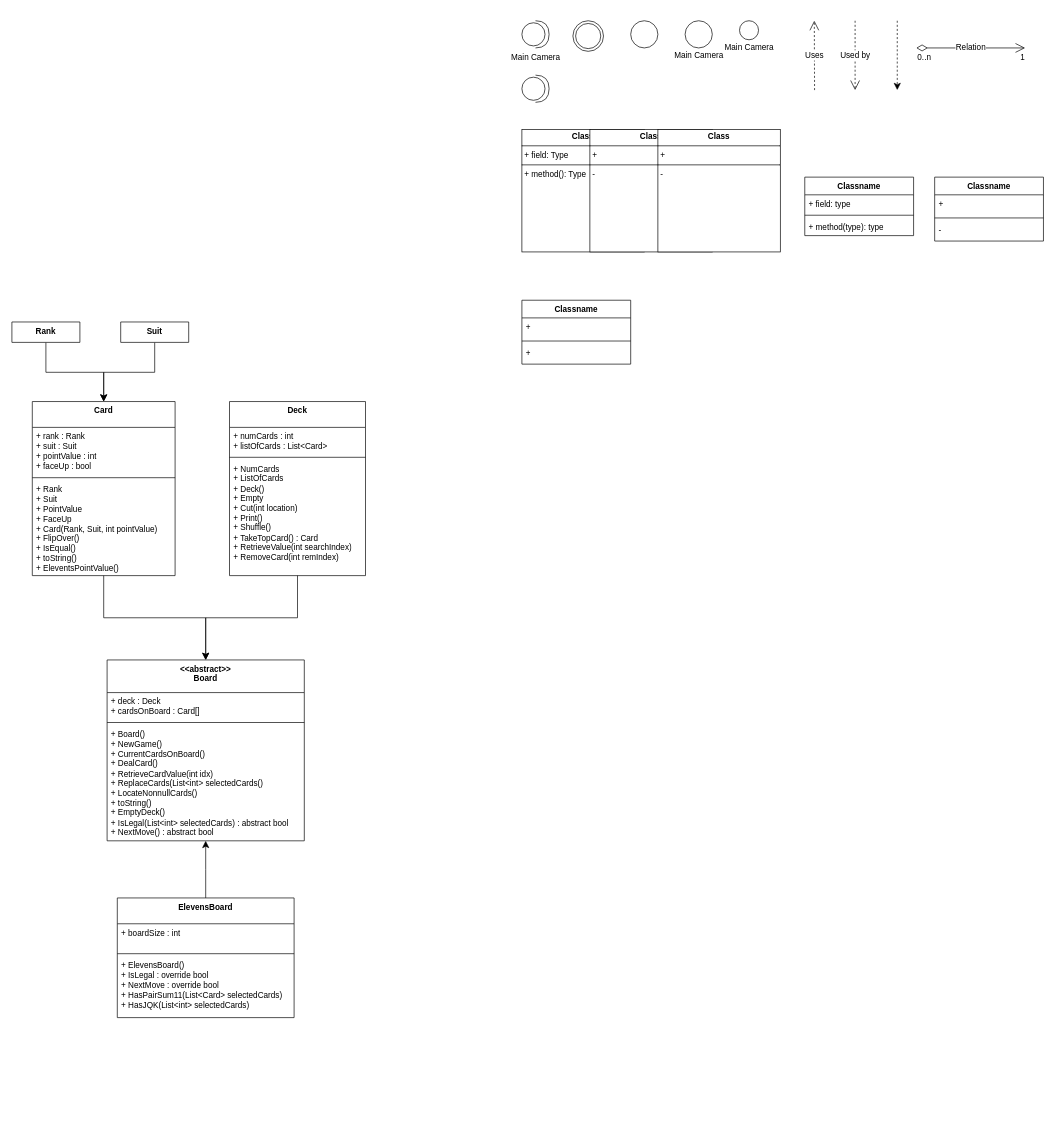
Above: page "Page-1" (1 of 2) of CardGame.drawio in ayamonta/Diagrams (draw.io), before the change. Source tidied: cells renumbered, new cells numbered last; positions are measured from the earlier drawing's top-left corner, leaving out a move shared by most shapes. Both pictures are drawn from the tidied source at 68%, with x=0, y=0 at pixel (12, 20).
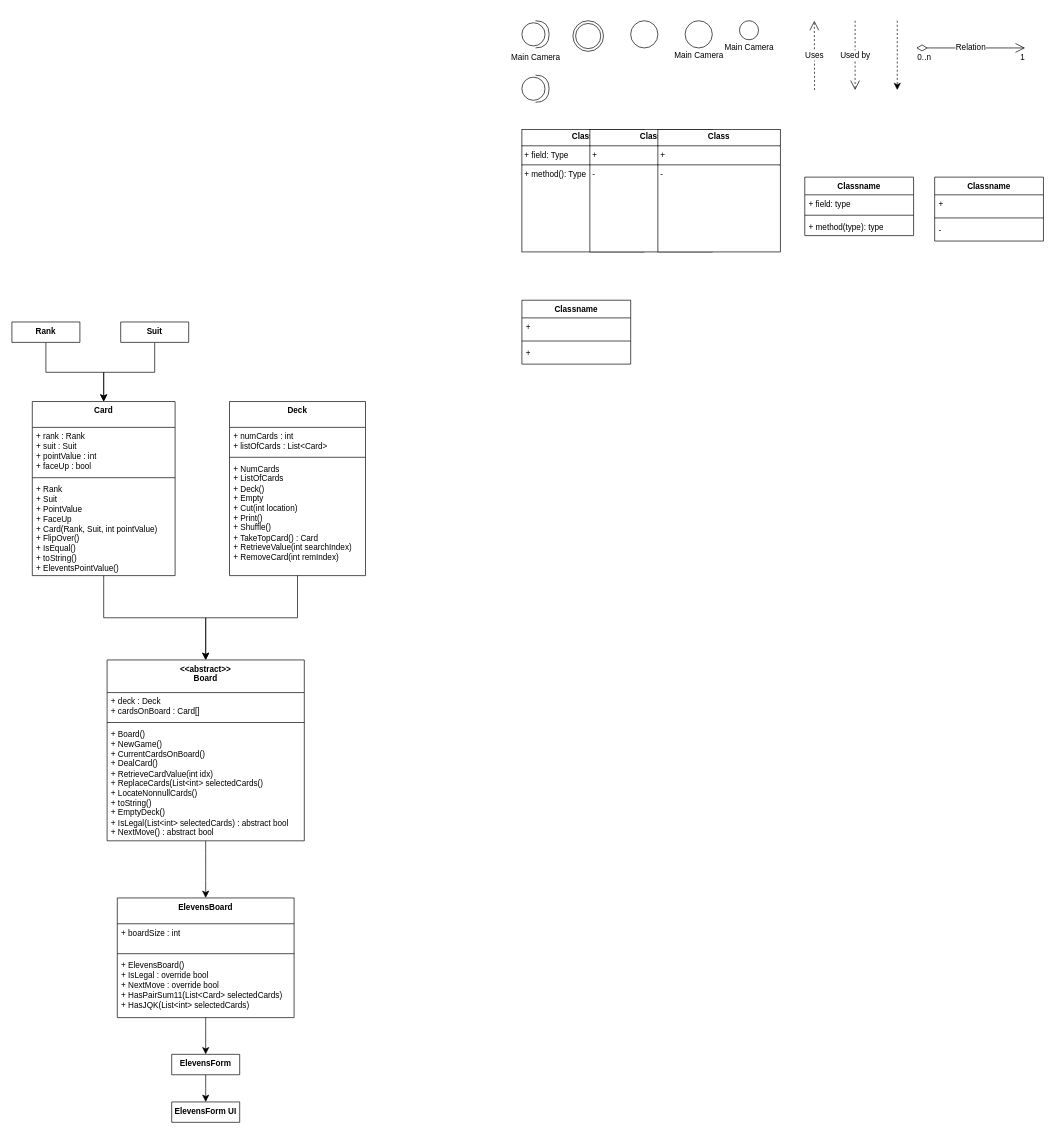
Above is the later version.

The change refers to these unchanged cells:
```xml
<mxCell id="43" value="&lt;div&gt;&amp;lt;&amp;lt;abstract&amp;gt;&amp;gt;&lt;/div&gt;Board" style="swimlane;fontStyle=1;align=center;verticalAlign=top;horizontal=1;startSize=48;whiteSpace=wrap;html=1;" parent="1" vertex="1">
  <mxGeometry x="140" y="940" width="290" height="266" as="geometry" />
</mxCell>
<mxCell id="48" value="ElevensBoard" style="swimlane;fontStyle=1;align=center;verticalAlign=top;horizontal=1;startSize=38;whiteSpace=wrap;html=1;" parent="1" vertex="1">
  <mxGeometry x="155" y="1290" width="260" height="176" as="geometry" />
</mxCell>
```

What changed in the source:
```diff
@@
+    <mxCell id="52" style="edgeStyle=none;curved=1;rounded=0;jettySize=auto;html=1;fontSize=12;startSize=8;endSize=8;" parent="1" edge="1" source="43" target="48">
+      <mxGeometry relative="1" as="geometry" />
+    </mxCell>
@@
-    <mxCell id="47" style="edgeStyle=elbowEdgeStyle;rounded=0;jettySize=auto;elbow=vertical;html=1;strokeColor=default;align=center;verticalAlign=middle;fontFamily=Helvetica;fontSize=12;fontColor=default;labelBackgroundColor=default;startSize=8;endArrow=classic;endSize=8;" parent="1" edge="1" source="48" target="43">
-      <mxGeometry relative="1" as="geometry" />
-    </mxCell>
+    <mxCell id="53" style="edgeStyle=elbowEdgeStyle;rounded=0;jettySize=auto;html=1;fontSize=12;startSize=8;endSize=8;elbow=vertical;" parent="1" edge="1" source="48" target="55">
+      <mxGeometry relative="1" as="geometry" />
+    </mxCell>
@@
+    <mxCell id="54" style="edgeStyle=elbowEdgeStyle;rounded=0;jettySize=auto;html=1;fontSize=12;startSize=8;endSize=8;elbow=vertical;" parent="1" edge="1" source="55" target="56">
+      <mxGeometry relative="1" as="geometry" />
+    </mxCell>
+    <mxCell id="55" value="ElevensForm" style="swimlane;fontStyle=1;align=center;verticalAlign=top;horizontal=1;startSize=38;whiteSpace=wrap;html=1;" parent="1" vertex="1" collapsed="1">
+      <mxGeometry x="235" y="1520" width="100" height="30" as="geometry" />
+    </mxCell>
+    <mxCell id="56" value="ElevensForm UI" style="swimlane;fontStyle=1;align=center;verticalAlign=top;horizontal=1;startSize=38;whiteSpace=wrap;html=1;" parent="1" vertex="1" collapsed="1">
+      <mxGeometry x="235" y="1590" width="100" height="30" as="geometry" />
+    </mxCell>
```
